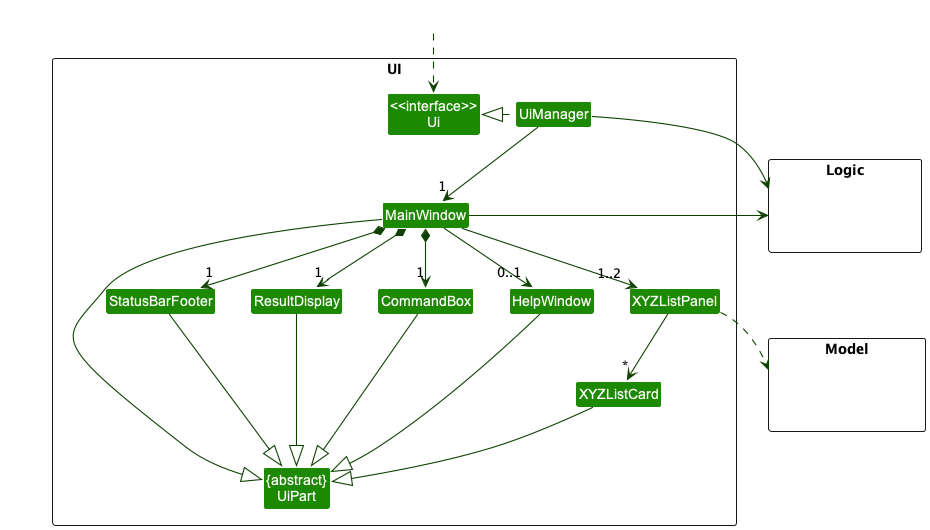
Above: docs/images/UiClassDiagram.png in nus-cs2103-AY2223S2/tp (PlantUML), before the change.
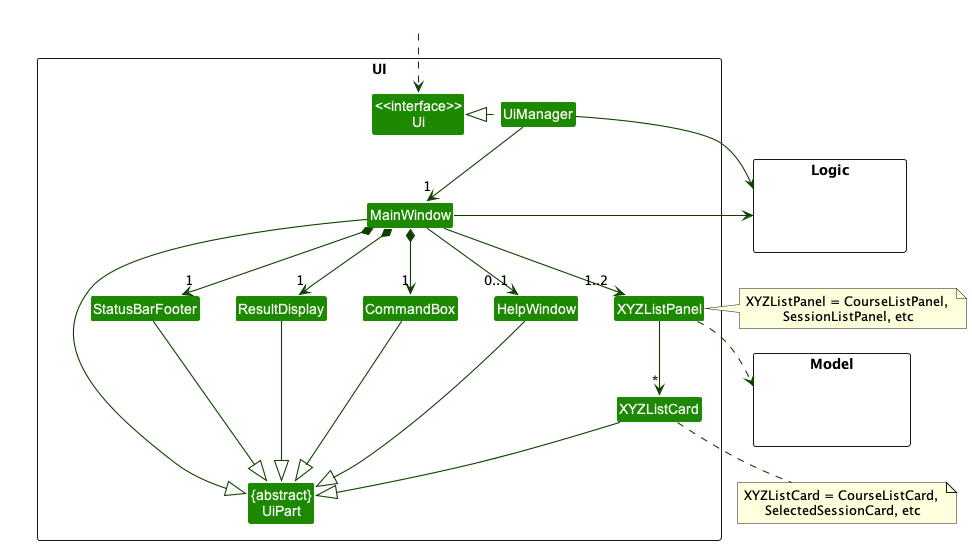
After the change.

The edit, as a diff of the source:
```diff
@@ -37,7 +37,7 @@
 MainWindow --> "0..1" HelpWindow
 MainWindow --> "1..2" XYZListPanel
 XYZListPanel --> "*" XYZListCard
-
+note right of XYZListPanel: XYZListPanel = CourseListPanel, \nSessionListPanel, etc
 
 
 MainWindow -left-|> UiPart
@@ -50,6 +50,8 @@
 
 XYZListCard --|> UiPart
 XYZListPanel ..> Model
+note bottom of XYZListCard: XYZListCard = CourseListCard, \nSelectedSessionCard, etc
+
 
 UiManager -right-> Logic
 MainWindow -left-> Logic
```
